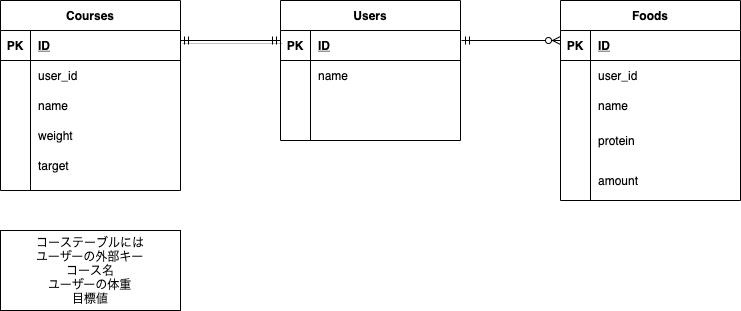
Above: health.drawio.png in kousueke/health-b (draw.io), before the change. Source tidied: cells renumbered, new cells last; positions are measured from the earlier drawing's top-left corner, leaving out a move shared by most shapes.
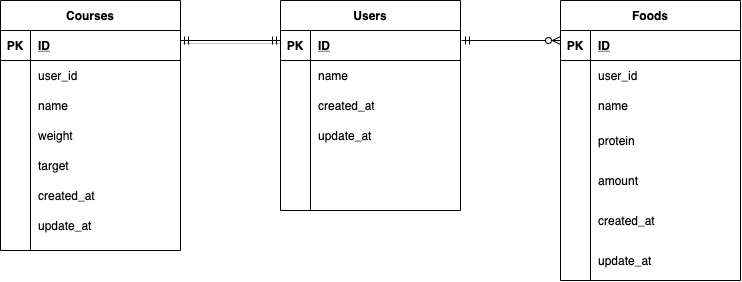
The same diagram one commit later.

Commit message:
データベース設計の修正

Change to the diagram source:
```diff
@@ -3,7 +3,7 @@
     <mxCell id="0" />
     <mxCell id="1" parent="0" />
     <mxCell id="2" value="Users" style="shape=table;startSize=30;rowLines=0;fontStyle=1;align=center;" parent="1" vertex="1">
-      <mxGeometry x="280" width="180" height="140" as="geometry" />
+      <mxGeometry x="280" width="180" height="210" as="geometry" />
     </mxCell>
     <mxCell id="3" style="shape=partialRectangle;fillColor=none;top=0;left=0;bottom=1;right=0;" parent="2" vertex="1">
       <mxGeometry y="30" width="180" height="30" as="geometry" />
@@ -23,8 +23,26 @@
     <mxCell id="8" value="name" style="shape=partialRectangle;fillColor=none;top=0;left=0;bottom=0;right=0;align=left;spacingLeft=6;overflow=hidden;" parent="6" vertex="1">
       <mxGeometry x="30" width="150" height="30" as="geometry" />
     </mxCell>
+    <mxCell id="12" style="shape=partialRectangle;fillColor=none;top=0;left=0;bottom=0;right=0;" parent="2" vertex="1">
+      <mxGeometry y="90" width="180" height="30" as="geometry" />
+    </mxCell>
+    <mxCell id="13" style="shape=partialRectangle;fillColor=none;top=0;left=0;bottom=0;right=0;overflow=hidden;" parent="12" vertex="1">
+      <mxGeometry width="30" height="30" as="geometry" />
+    </mxCell>
+    <mxCell id="14" value="created_at" style="shape=partialRectangle;fillColor=none;top=0;left=0;bottom=0;right=0;align=left;spacingLeft=6;overflow=hidden;" parent="12" vertex="1">
+      <mxGeometry x="30" width="150" height="30" as="geometry" />
+    </mxCell>
+    <mxCell id="51" style="shape=partialRectangle;fillColor=none;top=0;left=0;bottom=0;right=0;" parent="2" vertex="1">
+      <mxGeometry y="120" width="180" height="30" as="geometry" />
+    </mxCell>
+    <mxCell id="52" style="shape=partialRectangle;fillColor=none;top=0;left=0;bottom=0;right=0;overflow=hidden;" parent="51" vertex="1">
+      <mxGeometry width="30" height="30" as="geometry" />
+    </mxCell>
+    <mxCell id="53" value="update_at" style="shape=partialRectangle;fillColor=none;top=0;left=0;bottom=0;right=0;align=left;spacingLeft=6;overflow=hidden;" parent="51" vertex="1">
+      <mxGeometry x="30" width="150" height="30" as="geometry" />
+    </mxCell>
     <mxCell id="9" style="shape=partialRectangle;fillColor=none;top=0;left=0;bottom=0;right=0;" parent="2" vertex="1">
-      <mxGeometry y="90" width="180" height="30" as="geometry" />
+      <mxGeometry y="150" width="180" height="30" as="geometry" />
     </mxCell>
     <mxCell id="10" style="shape=partialRectangle;fillColor=none;top=0;left=0;bottom=0;right=0;overflow=hidden;" parent="9" vertex="1">
       <mxGeometry width="30" height="30" as="geometry" />
@@ -32,17 +50,17 @@
     <mxCell id="11" style="shape=partialRectangle;fillColor=none;top=0;left=0;bottom=0;right=0;align=left;spacingLeft=6;overflow=hidden;" parent="9" vertex="1">
       <mxGeometry x="30" width="150" height="30" as="geometry" />
     </mxCell>
-    <mxCell id="12" style="shape=partialRectangle;fillColor=none;top=0;left=0;bottom=0;right=0;" parent="2" vertex="1">
-      <mxGeometry y="120" width="180" height="20" as="geometry" />
-    </mxCell>
-    <mxCell id="13" style="shape=partialRectangle;fillColor=none;top=0;left=0;bottom=0;right=0;overflow=hidden;" parent="12" vertex="1">
-      <mxGeometry width="30" height="20" as="geometry" />
-    </mxCell>
-    <mxCell id="14" style="shape=partialRectangle;fillColor=none;top=0;left=0;bottom=0;right=0;align=left;spacingLeft=6;overflow=hidden;" parent="12" vertex="1">
-      <mxGeometry x="30" width="150" height="20" as="geometry" />
-    </mxCell>
+    <mxCell id="54" style="shape=partialRectangle;fillColor=none;top=0;left=0;bottom=0;right=0;" parent="2" vertex="1">
+      <mxGeometry y="180" width="180" height="30" as="geometry" />
+    </mxCell>
+    <mxCell id="55" style="shape=partialRectangle;fillColor=none;top=0;left=0;bottom=0;right=0;overflow=hidden;" parent="54" vertex="1">
+      <mxGeometry width="30" height="30" as="geometry" />
+    </mxCell>
+    <mxCell id="56" style="shape=partialRectangle;fillColor=none;top=0;left=0;bottom=0;right=0;align=left;spacingLeft=6;overflow=hidden;" parent="54" vertex="1">
+      <mxGeometry x="30" width="150" height="30" as="geometry" />
+    </mxCell>
     <mxCell id="15" value="Foods" style="shape=table;startSize=30;rowLines=0;fontStyle=1;align=center;" parent="1" vertex="1">
-      <mxGeometry x="560" width="180" height="200" as="geometry" />
+      <mxGeometry x="560" width="180" height="280" as="geometry" />
     </mxCell>
     <mxCell id="16" style="shape=partialRectangle;fillColor=none;top=0;left=0;bottom=1;right=0;" parent="15" vertex="1">
       <mxGeometry y="30" width="180" height="30" as="geometry" />
@@ -89,8 +107,26 @@
     <mxCell id="30" value="amount" style="shape=partialRectangle;fillColor=none;top=0;left=0;bottom=0;right=0;align=left;spacingLeft=6;overflow=hidden;" parent="28" vertex="1">
       <mxGeometry x="30" width="150" height="40" as="geometry" />
     </mxCell>
+    <mxCell id="57" style="shape=partialRectangle;fillColor=none;top=0;left=0;bottom=0;right=0;" parent="15" vertex="1">
+      <mxGeometry y="200" width="180" height="40" as="geometry" />
+    </mxCell>
+    <mxCell id="58" style="shape=partialRectangle;fillColor=none;top=0;left=0;bottom=0;right=0;overflow=hidden;" parent="57" vertex="1">
+      <mxGeometry width="30" height="40" as="geometry" />
+    </mxCell>
+    <mxCell id="59" value="created_at" style="shape=partialRectangle;fillColor=none;top=0;left=0;bottom=0;right=0;align=left;spacingLeft=6;overflow=hidden;" parent="57" vertex="1">
+      <mxGeometry x="30" width="150" height="40" as="geometry" />
+    </mxCell>
+    <mxCell id="60" style="shape=partialRectangle;fillColor=none;top=0;left=0;bottom=0;right=0;" parent="15" vertex="1">
+      <mxGeometry y="240" width="180" height="40" as="geometry" />
+    </mxCell>
+    <mxCell id="61" style="shape=partialRectangle;fillColor=none;top=0;left=0;bottom=0;right=0;overflow=hidden;" parent="60" vertex="1">
+      <mxGeometry width="30" height="40" as="geometry" />
+    </mxCell>
+    <mxCell id="62" value="update_at" style="shape=partialRectangle;fillColor=none;top=0;left=0;bottom=0;right=0;align=left;spacingLeft=6;overflow=hidden;" parent="60" vertex="1">
+      <mxGeometry x="30" width="150" height="40" as="geometry" />
+    </mxCell>
     <mxCell id="31" value="Courses" style="shape=table;startSize=30;rowLines=0;fontStyle=1;align=center;" parent="1" vertex="1">
-      <mxGeometry width="180" height="190" as="geometry" />
+      <mxGeometry width="180" height="250" as="geometry" />
     </mxCell>
     <mxCell id="32" style="shape=partialRectangle;fillColor=none;top=0;left=0;bottom=1;right=0;" parent="31" vertex="1">
       <mxGeometry y="30" width="180" height="30" as="geometry" />
@@ -137,6 +173,24 @@
     <mxCell id="46" value="target" style="shape=partialRectangle;fillColor=none;top=0;left=0;bottom=0;right=0;align=left;spacingLeft=6;overflow=hidden;" parent="44" vertex="1">
       <mxGeometry x="30" width="150" height="30" as="geometry" />
     </mxCell>
+    <mxCell id="63" style="shape=partialRectangle;fillColor=none;top=0;left=0;bottom=0;right=0;" parent="31" vertex="1">
+      <mxGeometry y="180" width="180" height="30" as="geometry" />
+    </mxCell>
+    <mxCell id="64" style="shape=partialRectangle;fillColor=none;top=0;left=0;bottom=0;right=0;overflow=hidden;" parent="63" vertex="1">
+      <mxGeometry width="30" height="30" as="geometry" />
+    </mxCell>
+    <mxCell id="65" value="created_at" style="shape=partialRectangle;fillColor=none;top=0;left=0;bottom=0;right=0;align=left;spacingLeft=6;overflow=hidden;" parent="63" vertex="1">
+      <mxGeometry x="30" width="150" height="30" as="geometry" />
+    </mxCell>
+    <mxCell id="66" style="shape=partialRectangle;fillColor=none;top=0;left=0;bottom=0;right=0;" parent="31" vertex="1">
+      <mxGeometry y="210" width="180" height="30" as="geometry" />
+    </mxCell>
+    <mxCell id="67" style="shape=partialRectangle;fillColor=none;top=0;left=0;bottom=0;right=0;overflow=hidden;" parent="66" vertex="1">
+      <mxGeometry width="30" height="30" as="geometry" />
+    </mxCell>
+    <mxCell id="68" value="update_at" style="shape=partialRectangle;fillColor=none;top=0;left=0;bottom=0;right=0;align=left;spacingLeft=6;overflow=hidden;" parent="66" vertex="1">
+      <mxGeometry x="30" width="150" height="30" as="geometry" />
+    </mxCell>
     <mxCell id="47" style="edgeStyle=entityRelationEdgeStyle;fontSize=12;html=1;endArrow=ERmandOne;startArrow=ERmandOne;strokeWidth=1;strokeColor=none;" parent="1" edge="1">
       <mxGeometry relative="1" as="geometry">
         <mxPoint x="190" y="40" as="sourcePoint" />
@@ -149,9 +203,6 @@
         <mxPoint x="280" y="40" as="targetPoint" />
       </mxGeometry>
     </mxCell>
-    <mxCell id="49" value="コーステーブルには&lt;br&gt;ユーザーの外部キー&lt;br&gt;コース名&lt;br&gt;ユーザーの体重&lt;br&gt;目標値" style="whiteSpace=wrap;html=1;" parent="1" vertex="1">
-      <mxGeometry y="230" width="180" height="80" as="geometry" />
-    </mxCell>
     <mxCell id="50" style="fontSize=12;html=1;endArrow=ERzeroToMany;startArrow=ERmandOne;" parent="1" edge="1">
       <mxGeometry relative="1" as="geometry">
         <mxPoint x="461" y="40" as="sourcePoint" />
```
